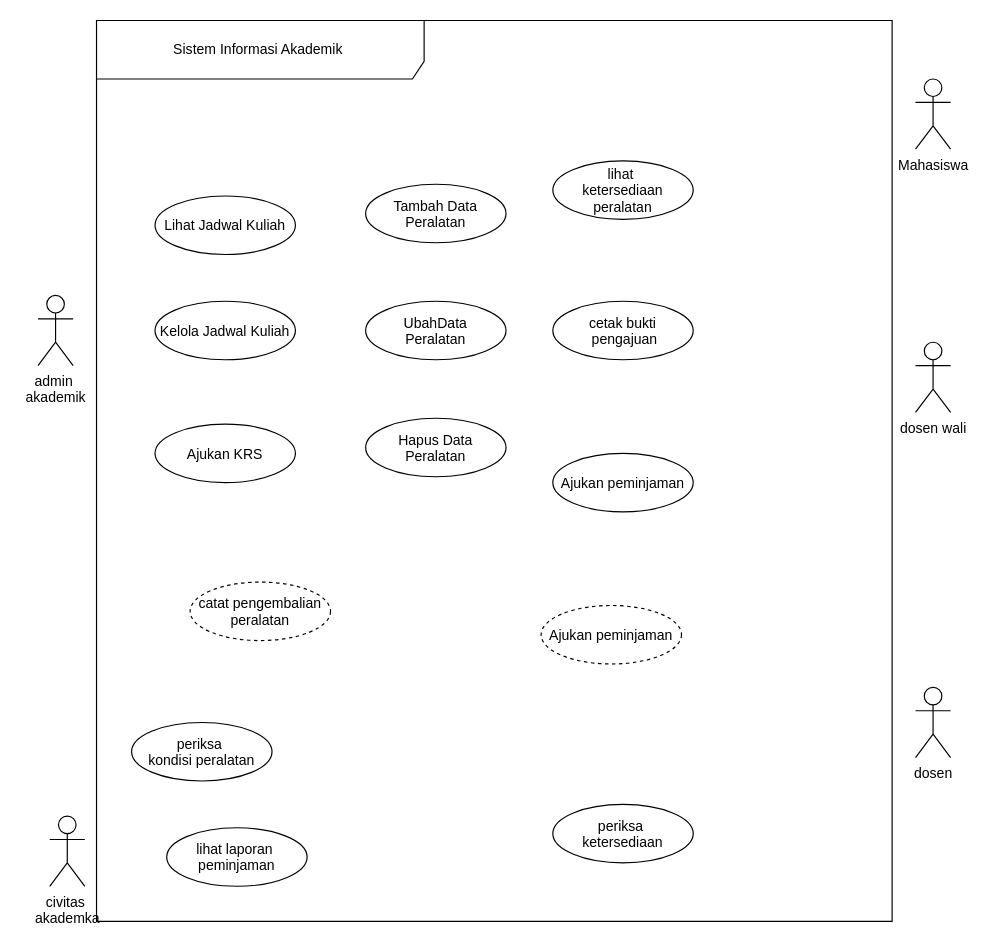
Before: 04_model_analisis/P04/SIA/P04_2406096_SIA_usecase_v01.drawio in 2406096-jul/IFRWP5149_2406096_LabAlat, a draw.io diagram. Source tidied: cells renumbered, new cells numbered last; positions are measured from the earlier drawing's top-left corner, leaving out a move shared by most shapes. Both pictures are drawn from the tidied source at 117%, with x=0, y=0 at pixel (37, 20).
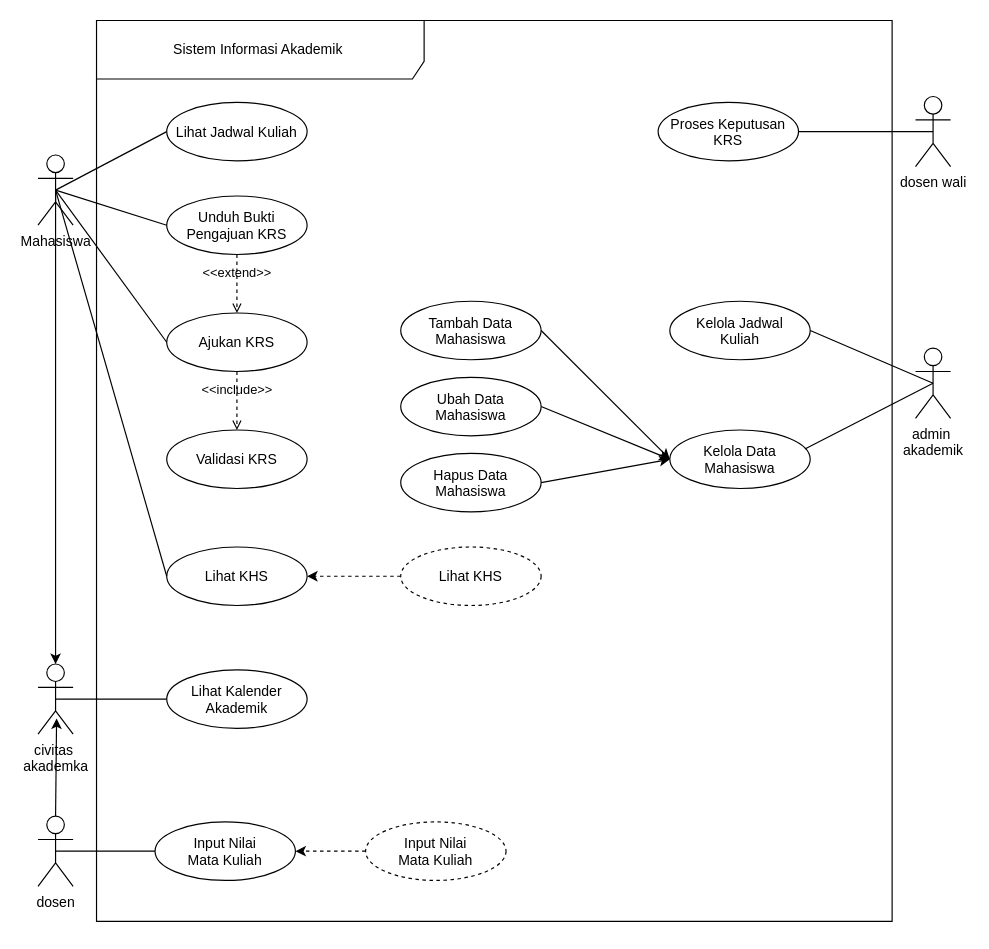
After the change.

Commit message (it also covers changes not shown here):
P04: USE CASE DIAGRAM LANJUTAN: GENERALIZATION DAN COLLABORATION

Unchanged cells that the change refers to:
```xml
<mxCell id="2" value="Sistem Informasi Akademik&amp;nbsp;" style="shape=umlFrame;whiteSpace=wrap;html=1;width=280;height=50;" parent="1" vertex="1">
  <mxGeometry x="50" width="680" height="770" as="geometry" />
</mxCell>
```

The edit, as a diff of the source:
```diff
@@
-    <mxCell id="3" value="periksa &#10;ketersediaan" style="ellipse;" parent="2" vertex="1">
-      <mxGeometry x="390" y="670" width="120" height="50" as="geometry" />
-    </mxCell>
-    <mxCell id="4" value="lihat laporan &#10;peminjaman" style="ellipse;" parent="2" vertex="1">
-      <mxGeometry x="60" y="690" width="120" height="50" as="geometry" />
+    <mxCell id="4" value="Input Nilai&#10;Mata Kuliah" style="ellipse;" parent="2" vertex="1">
+      <mxGeometry x="50" y="685" width="120" height="50" as="geometry" />
     </mxCell>
     <mxCell id="5" value="Lihat Jadwal Kuliah" style="ellipse;" parent="2" vertex="1">
-      <mxGeometry x="50" y="150" width="120" height="50" as="geometry" />
+      <mxGeometry x="60" y="70" width="120" height="50" as="geometry" />
     </mxCell>
-    <mxCell id="6" value="Kelola Jadwal Kuliah" style="ellipse;" parent="2" vertex="1">
-      <mxGeometry x="50" y="240" width="120" height="50" as="geometry" />
-    </mxCell>
+    <mxCell id="22" style="edgeStyle=none;html=1;exitX=1;exitY=0.5;exitDx=0;exitDy=0;entryX=0;entryY=0.5;entryDx=0;entryDy=0;" parent="2" edge="1" source="7" target="10">
+      <mxGeometry relative="1" as="geometry" />
+    </mxCell>
-    <mxCell id="7" value="Hapus Data&#10;Peralatan" style="ellipse;" parent="2" vertex="1">
-      <mxGeometry x="230" y="340" width="120" height="50" as="geometry" />
+    <mxCell id="7" value="Ubah Data&#10;Mahasiswa" style="ellipse;" parent="2" vertex="1">
+      <mxGeometry x="260" y="305" width="120" height="50" as="geometry" />
     </mxCell>
+    <mxCell id="23" style="edgeStyle=none;html=1;exitX=1;exitY=0.5;exitDx=0;exitDy=0;entryX=0;entryY=0.5;entryDx=0;entryDy=0;" parent="2" edge="1" source="8" target="10">
+      <mxGeometry relative="1" as="geometry" />
+    </mxCell>
-    <mxCell id="8" value="UbahData&#10;Peralatan" style="ellipse;" parent="2" vertex="1">
-      <mxGeometry x="230" y="240" width="120" height="50" as="geometry" />
+    <mxCell id="8" value="Tambah Data&#10;Mahasiswa" style="ellipse;" parent="2" vertex="1">
+      <mxGeometry x="260" y="240" width="120" height="50" as="geometry" />
     </mxCell>
-    <mxCell id="9" value="Tambah Data&#10;Peralatan" style="ellipse;" parent="2" vertex="1">
-      <mxGeometry x="230" y="140" width="120" height="50" as="geometry" />
+    <mxCell id="9" value="Proses Keputusan&#10;KRS" style="ellipse;" parent="2" vertex="1">
+      <mxGeometry x="480" y="70" width="120" height="50" as="geometry" />
     </mxCell>
-    <mxCell id="10" value="periksa &#10;kondisi peralatan" style="ellipse;" parent="2" vertex="1">
-      <mxGeometry x="30" y="600" width="120" height="50" as="geometry" />
+    <mxCell id="10" value="Kelola Data&#10;Mahasiswa" style="ellipse;" parent="2" vertex="1">
+      <mxGeometry x="490" y="350" width="120" height="50" as="geometry" />
     </mxCell>
-    <mxCell id="11" value="Ajukan KRS" style="ellipse;" parent="2" vertex="1">
-      <mxGeometry x="50" y="345" width="120" height="50" as="geometry" />
+    <mxCell id="11" value="Lihat KHS" style="ellipse;" parent="2" vertex="1">
+      <mxGeometry x="60" y="450" width="120" height="50" as="geometry" />
     </mxCell>
+    <mxCell id="24" style="edgeStyle=none;html=1;exitX=0;exitY=0.5;exitDx=0;exitDy=0;entryX=1;entryY=0.5;entryDx=0;entryDy=0;dashed=1;" parent="2" edge="1" source="12" target="4">
+      <mxGeometry relative="1" as="geometry" />
+    </mxCell>
-    <mxCell id="12" value="catat pengembalian&#10;peralatan" style="ellipse;dashed=1;" parent="2" vertex="1">
-      <mxGeometry x="80" y="480" width="120" height="50" as="geometry" />
+    <mxCell id="12" value="Input Nilai&#10;Mata Kuliah" style="ellipse;dashed=1;" parent="2" vertex="1">
+      <mxGeometry x="230" y="685" width="120" height="50" as="geometry" />
     </mxCell>
-    <mxCell id="13" value="admin&amp;nbsp;&lt;div&gt;akademik&lt;/div&gt;" style="shape=umlActor;verticalLabelPosition=bottom;verticalAlign=top;html=1;" parent="2" vertex="1">
-      <mxGeometry x="-50" y="235" width="30" height="60" as="geometry" />
-    </mxCell>
+    <mxCell id="25" style="edgeStyle=none;html=1;exitX=0;exitY=0.5;exitDx=0;exitDy=0;entryX=1;entryY=0.5;entryDx=0;entryDy=0;dashed=1;" parent="2" edge="1" source="14" target="11">
+      <mxGeometry relative="1" as="geometry" />
+    </mxCell>
-    <mxCell id="14" value="Ajukan peminjaman" style="ellipse;dashed=1;" parent="2" vertex="1">
-      <mxGeometry x="380" y="500" width="120" height="50" as="geometry" />
+    <mxCell id="14" value="Lihat KHS" style="ellipse;dashed=1;" parent="2" vertex="1">
+      <mxGeometry x="260" y="450" width="120" height="50" as="geometry" />
     </mxCell>
-    <mxCell id="15" value="cetak bukti&#10; pengajuan" style="ellipse;" parent="2" vertex="1">
-      <mxGeometry x="390" y="240" width="120" height="50" as="geometry" />
+    <mxCell id="15" value="Unduh Bukti&#10;Pengajuan KRS" style="ellipse;" parent="2" vertex="1">
+      <mxGeometry x="60" y="150" width="120" height="50" as="geometry" />
     </mxCell>
-    <mxCell id="16" value="Ajukan peminjaman" style="ellipse;" parent="2" vertex="1">
-      <mxGeometry x="390" y="370" width="120" height="50" as="geometry" />
+    <mxCell id="16" value="Ajukan KRS" style="ellipse;" parent="2" vertex="1">
+      <mxGeometry x="60" y="250" width="120" height="50" as="geometry" />
     </mxCell>
-    <mxCell id="17" value="lihat &#10;ketersediaan&#10;peralatan" style="ellipse;" parent="2" vertex="1">
-      <mxGeometry x="390" y="120" width="120" height="50" as="geometry" />
+    <mxCell id="17" value="Kelola Jadwal&#10;Kuliah" style="ellipse;" parent="2" vertex="1">
+      <mxGeometry x="490" y="240" width="120" height="50" as="geometry" />
     </mxCell>
+    <mxCell id="6" value="Validasi KRS" style="ellipse;" parent="2" vertex="1">
+      <mxGeometry x="60" y="350" width="120" height="50" as="geometry" />
+    </mxCell>
+    <mxCell id="3" value="Lihat Kalender&#10;Akademik" style="ellipse;" parent="2" vertex="1">
+      <mxGeometry x="60" y="555" width="120" height="50" as="geometry" />
+    </mxCell>
+    <mxCell id="26" style="edgeStyle=none;html=1;exitX=0.5;exitY=0.5;exitDx=0;exitDy=0;exitPerimeter=0;entryX=0;entryY=0.5;entryDx=0;entryDy=0;endArrow=none;endFill=0;" parent="2" edge="1" source="21" target="3">
+      <mxGeometry relative="1" as="geometry" />
+    </mxCell>
+    <mxCell id="21" value="civitas&amp;nbsp;&lt;div&gt;akademka&lt;/div&gt;" style="shape=umlActor;verticalLabelPosition=bottom;verticalAlign=top;html=1;" parent="2" vertex="1">
+      <mxGeometry x="-50" y="550" width="30" height="60" as="geometry" />
+    </mxCell>
+    <mxCell id="27" value="&amp;lt;&amp;lt;extend&amp;gt;&amp;gt;" style="html=1;verticalAlign=bottom;labelBackgroundColor=none;endArrow=open;endFill=0;dashed=1;exitX=0.5;exitY=1;exitDx=0;exitDy=0;entryX=0.5;entryY=0;entryDx=0;entryDy=0;" parent="2" edge="1" source="15" target="16">
+      <mxGeometry relative="1" as="geometry" />
+    </mxCell>
+    <mxCell id="28" value="&amp;lt;&amp;lt;include&amp;gt;&amp;gt;" style="html=1;verticalAlign=bottom;labelBackgroundColor=none;endArrow=open;endFill=0;dashed=1;exitX=0.5;exitY=1;exitDx=0;exitDy=0;entryX=0.5;entryY=0;entryDx=0;entryDy=0;" parent="2" edge="1" source="16" target="6">
+      <mxGeometry relative="1" as="geometry" />
+    </mxCell>
+    <mxCell id="29" style="edgeStyle=none;html=1;exitX=1;exitY=0.5;exitDx=0;exitDy=0;entryX=0;entryY=0.5;entryDx=0;entryDy=0;" parent="2" edge="1" source="30" target="10">
+      <mxGeometry relative="1" as="geometry" />
+    </mxCell>
+    <mxCell id="30" value="Hapus Data&#10;Mahasiswa" style="ellipse;" parent="2" vertex="1">
+      <mxGeometry x="260" y="370" width="120" height="50" as="geometry" />
+    </mxCell>
+    <mxCell id="31" style="edgeStyle=none;html=1;exitX=0.5;exitY=0.5;exitDx=0;exitDy=0;exitPerimeter=0;entryX=0;entryY=0.5;entryDx=0;entryDy=0;endArrow=none;endFill=0;" parent="1" edge="1" source="20" target="4">
+      <mxGeometry relative="1" as="geometry" />
+    </mxCell>
+    <mxCell id="20" value="dosen" style="shape=umlActor;verticalLabelPosition=bottom;verticalAlign=top;html=1;" parent="1" vertex="1">
+      <mxGeometry y="680" width="30" height="60" as="geometry" />
+    </mxCell>
+    <mxCell id="32" style="edgeStyle=none;html=1;exitX=0.5;exitY=0.5;exitDx=0;exitDy=0;exitPerimeter=0;entryX=0;entryY=0.5;entryDx=0;entryDy=0;endArrow=none;endFill=0;" parent="1" edge="1" source="19" target="11">
+      <mxGeometry relative="1" as="geometry" />
+    </mxCell>
+    <mxCell id="19" value="Mahasiswa" style="shape=umlActor;verticalLabelPosition=bottom;verticalAlign=top;html=1;" parent="1" vertex="1">
+      <mxGeometry y="115" width="30" height="60" as="geometry" />
+    </mxCell>
+    <mxCell id="33" style="edgeStyle=none;html=1;exitX=0.5;exitY=0.5;exitDx=0;exitDy=0;exitPerimeter=0;entryX=0.5;entryY=0;entryDx=0;entryDy=0;entryPerimeter=0;" parent="1" edge="1" source="19" target="21">
+      <mxGeometry relative="1" as="geometry" />
+    </mxCell>
+    <mxCell id="34" style="edgeStyle=none;html=1;exitX=0.5;exitY=0;exitDx=0;exitDy=0;exitPerimeter=0;entryX=0.529;entryY=0.776;entryDx=0;entryDy=0;entryPerimeter=0;" parent="1" edge="1" source="20" target="21">
+      <mxGeometry relative="1" as="geometry" />
+    </mxCell>
+    <mxCell id="35" style="edgeStyle=none;html=1;exitX=0;exitY=0.5;exitDx=0;exitDy=0;entryX=0.5;entryY=0.5;entryDx=0;entryDy=0;entryPerimeter=0;endArrow=none;endFill=0;" parent="1" edge="1" source="16" target="19">
+      <mxGeometry relative="1" as="geometry" />
+    </mxCell>
+    <mxCell id="36" style="edgeStyle=none;html=1;exitX=0;exitY=0.5;exitDx=0;exitDy=0;entryX=0.5;entryY=0.5;entryDx=0;entryDy=0;entryPerimeter=0;endArrow=none;endFill=0;" parent="1" edge="1" source="15" target="19">
+      <mxGeometry relative="1" as="geometry" />
+    </mxCell>
+    <mxCell id="37" style="edgeStyle=none;html=1;exitX=0;exitY=0.5;exitDx=0;exitDy=0;entryX=0.5;entryY=0.5;entryDx=0;entryDy=0;entryPerimeter=0;endArrow=none;endFill=0;" parent="1" edge="1" source="5" target="19">
+      <mxGeometry relative="1" as="geometry" />
+    </mxCell>
-    <mxCell id="18" value="dosen wali" style="shape=umlActor;verticalLabelPosition=bottom;verticalAlign=top;html=1;" parent="2" vertex="1">
-      <mxGeometry x="700" y="275" width="30" height="60" as="geometry" />
+    <mxCell id="18" value="dosen wali" style="shape=umlActor;verticalLabelPosition=bottom;verticalAlign=top;html=1;" parent="1" vertex="1">
+      <mxGeometry x="750" y="65" width="30" height="60" as="geometry" />
     </mxCell>
-    <mxCell id="19" value="Mahasiswa" style="shape=umlActor;verticalLabelPosition=bottom;verticalAlign=top;html=1;" parent="2" vertex="1">
-      <mxGeometry x="700" y="50" width="30" height="60" as="geometry" />
-    </mxCell>
-    <mxCell id="20" value="dosen" style="shape=umlActor;verticalLabelPosition=bottom;verticalAlign=top;html=1;" parent="1" vertex="1">
-      <mxGeometry x="750" y="570" width="30" height="60" as="geometry" />
-    </mxCell>
-    <mxCell id="21" value="civitas&amp;nbsp;&lt;div&gt;akademka&lt;/div&gt;" style="shape=umlActor;verticalLabelPosition=bottom;verticalAlign=top;html=1;" parent="1" vertex="1">
-      <mxGeometry x="10" y="680" width="30" height="60" as="geometry" />
-    </mxCell>
+    <mxCell id="13" value="admin&amp;nbsp;&lt;div&gt;akademik&lt;/div&gt;" style="shape=umlActor;verticalLabelPosition=bottom;verticalAlign=top;html=1;" parent="1" vertex="1">
+      <mxGeometry x="750" y="280" width="30" height="60" as="geometry" />
+    </mxCell>
+    <mxCell id="38" style="edgeStyle=none;html=1;exitX=1;exitY=0.5;exitDx=0;exitDy=0;entryX=0.5;entryY=0.5;entryDx=0;entryDy=0;entryPerimeter=0;endArrow=none;endFill=0;" parent="1" edge="1" source="9" target="18">
+      <mxGeometry relative="1" as="geometry" />
+    </mxCell>
+    <mxCell id="39" style="edgeStyle=none;html=1;exitX=1;exitY=0.5;exitDx=0;exitDy=0;entryX=0.5;entryY=0.5;entryDx=0;entryDy=0;entryPerimeter=0;endArrow=none;endFill=0;" parent="1" edge="1" source="17" target="13">
+      <mxGeometry relative="1" as="geometry" />
+    </mxCell>
+    <mxCell id="40" style="edgeStyle=none;html=1;exitX=0.5;exitY=0.5;exitDx=0;exitDy=0;exitPerimeter=0;entryX=0.962;entryY=0.324;entryDx=0;entryDy=0;entryPerimeter=0;endArrow=none;endFill=0;" parent="1" edge="1" source="13" target="10">
+      <mxGeometry relative="1" as="geometry" />
+    </mxCell>
```
